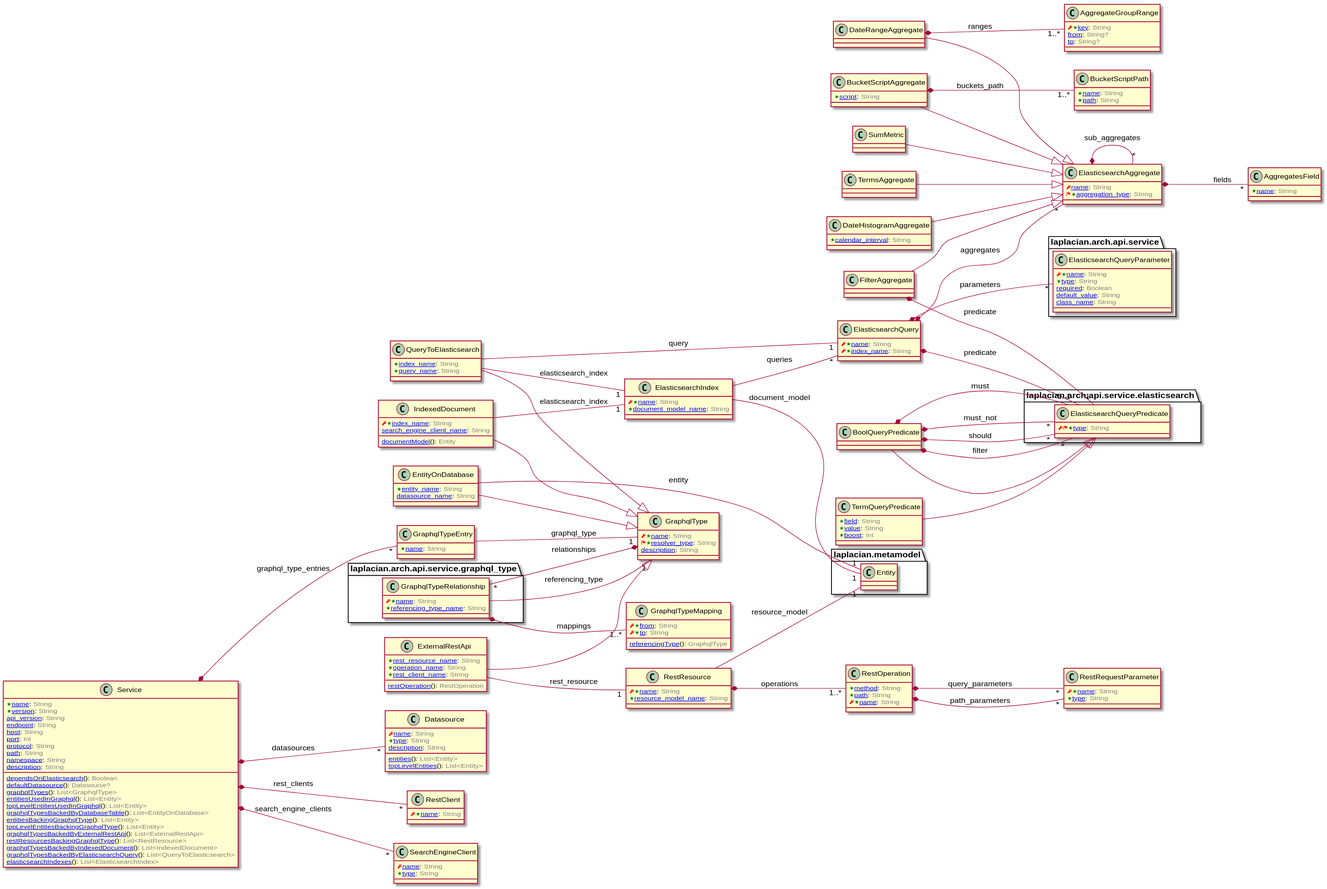
Above: doc/image/model-diagram.svg in laplacian-arch/api-service.domain-model (PlantUML), before the change.
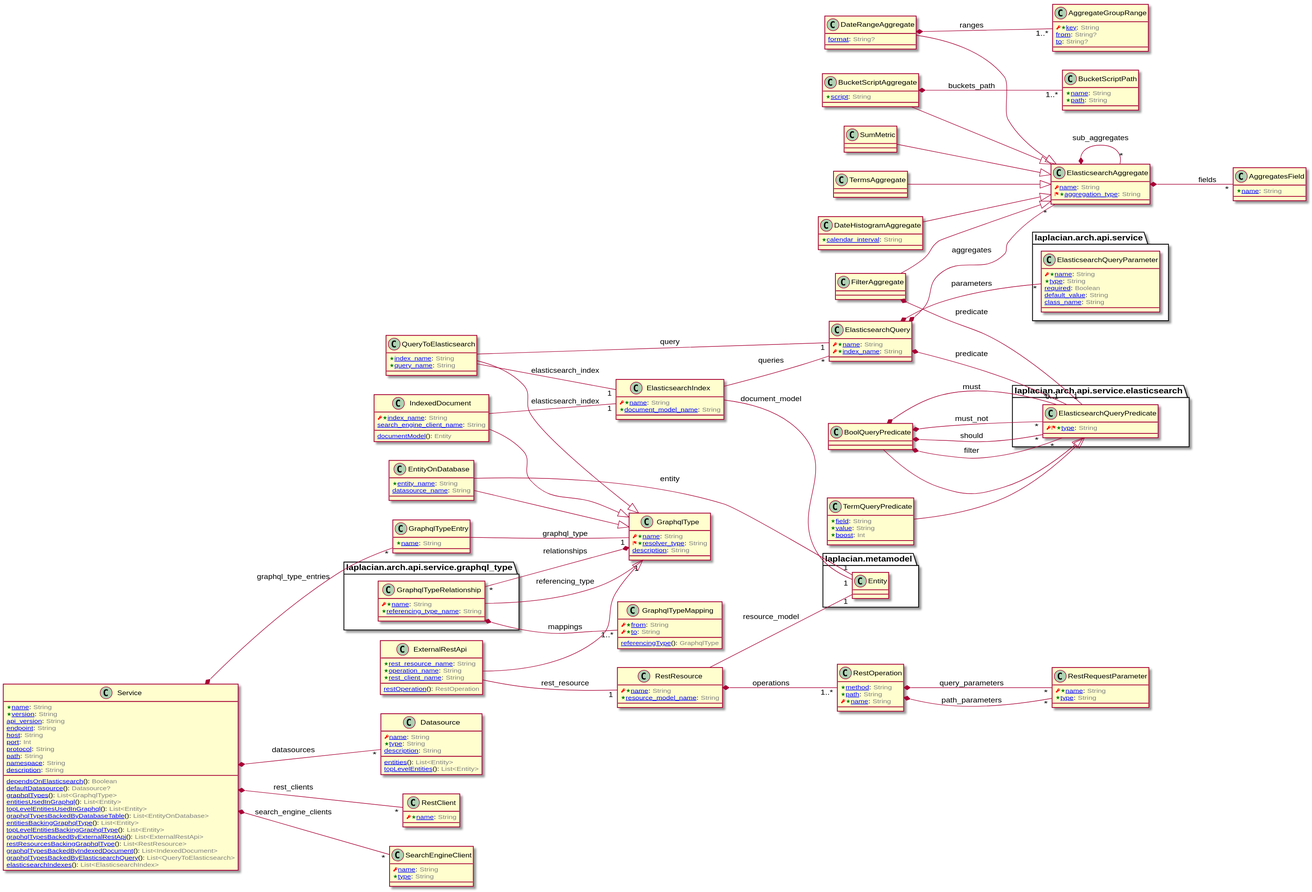
After the commit.

Diff of the diagram source:
```diff
@@ -38,6 +38,7 @@
 
 
 class DateRangeAggregate [[/blob/master/doc/entities/DateRangeAggregate.md]] {
+  [[/blob/master/doc/entities/DateRangeAggregate.md#format-string format]]: <color:GRAY>String?</color>
 }
 
 DateRangeAggregate --|> ElasticsearchAggregate
```
